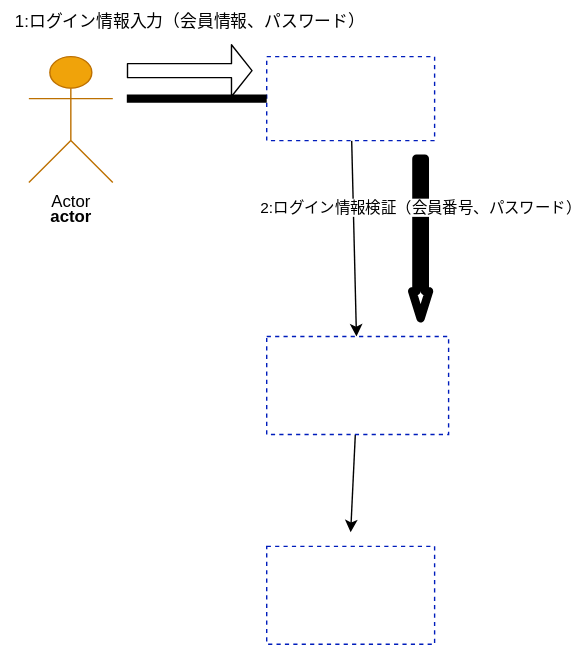
allface017/uml-introduction keeps this draw.io diagram as 図5-1 コミュニケーション図の例.drawio.svg. Above is the earlier version. Source tidied: cells renumbered, new cells last; positions are measured from the earlier drawing's top-left corner, leaving out a move shared by most shapes. Source of this version:
```xml
<mxGraphModel>
  <root>
    <mxCell id="0" />
    <mxCell id="1" parent="0" />
    <mxCell id="2" value="Actor" style="shape=umlActor;verticalLabelPosition=bottom;verticalAlign=top;html=1;fillColor=#f0a30a;fontColor=#000000;strokeColor=#BD7000;" parent="1" vertex="1">
      <mxGeometry x="20" y="40" width="60" height="90" as="geometry" />
    </mxCell>
    <mxCell id="3" style="edgeStyle=none;html=1;strokeColor=none;fillColor=#0050ef;" parent="1" edge="1" source="5">
      <mxGeometry relative="1" as="geometry">
        <mxPoint x="170" y="70" as="targetPoint" />
        <Array as="points">
          <mxPoint x="130" y="70" />
        </Array>
      </mxGeometry>
    </mxCell>
    <mxCell id="4" style="edgeStyle=none;html=1;startArrow=none;startFill=0;" parent="1" edge="1" source="5" target="8">
      <mxGeometry relative="1" as="geometry" />
    </mxCell>
    <mxCell id="5" value="&lt;br&gt;：ログイン画面" style="rounded=0;whiteSpace=wrap;html=1;dashed=1;strokeWidth=1;fillColor=default;fontColor=#ffffff;strokeColor=#001DBC;" parent="1" vertex="1">
      <mxGeometry x="190" y="40" width="120" height="60" as="geometry" />
    </mxCell>
    <mxCell id="6" value="actor&lt;br&gt;" style="text;html=1;align=center;verticalAlign=middle;strokeColor=none;fillColor=none;fontStyle=1;" parent="1" vertex="1">
      <mxGeometry x="25" y="140" width="50" height="30" as="geometry" />
    </mxCell>
    <mxCell id="7" style="edgeStyle=none;html=1;startArrow=none;startFill=0;" parent="1" edge="1" source="8">
      <mxGeometry relative="1" as="geometry">
        <mxPoint x="250" y="380" as="targetPoint" />
      </mxGeometry>
    </mxCell>
    <mxCell id="8" value="：ログインコントローラ" style="rounded=0;whiteSpace=wrap;html=1;dashed=1;strokeWidth=1;fillColor=default;fontColor=#ffffff;strokeColor=#001DBC;" parent="1" vertex="1">
      <mxGeometry x="190" y="240" width="130" height="70" as="geometry" />
    </mxCell>
    <mxCell id="9" value="：会員" style="rounded=0;whiteSpace=wrap;html=1;dashed=1;strokeWidth=1;fillColor=default;fontColor=#ffffff;strokeColor=#001DBC;fontStyle=1;" parent="1" vertex="1">
      <mxGeometry x="190" y="390" width="120" height="70" as="geometry" />
    </mxCell>
    <mxCell id="10" style="shape=flexArrow;endArrow=classic;html=1;fillColor=#FFFFFF;endWidth=26;endSize=4.56;" parent="1" edge="1">
      <mxGeometry relative="1" as="geometry">
        <mxPoint x="90" y="50" as="sourcePoint" />
        <mxPoint x="180" y="50" as="targetPoint" />
      </mxGeometry>
    </mxCell>
    <mxCell id="11" value="1:ログイン情報入力（会員情報、パスワード）" style="text;html=1;align=center;verticalAlign=middle;strokeColor=none;fillColor=none;" parent="1" vertex="1">
      <mxGeometry width="270" height="30" as="geometry" />
    </mxCell>
    <mxCell id="12" style="shape=flexArrow;endArrow=classic;html=1;fillColor=#FFFFFF;width=1;endSize=4.47;strokeWidth=6;endWidth=0;" parent="1" edge="1">
      <mxGeometry relative="1" as="geometry">
        <mxPoint x="300" y="110" as="sourcePoint" />
        <mxPoint x="300" y="230" as="targetPoint" />
      </mxGeometry>
    </mxCell>
    <mxCell id="13" value="2:ログイン情報検証（会員番号、パスワード）" style="edgeLabel;html=1;align=center;verticalAlign=middle;" parent="12" vertex="1">
      <mxGeometry x="0.57" y="-1" relative="1" as="geometry">
        <mxPoint y="-57" as="offset" />
      </mxGeometry>
    </mxCell>
    <mxCell id="14" style="endArrow=none;html=1;strokeWidth=6;fillColor=#FFFFFF;" parent="1" edge="1">
      <mxGeometry relative="1" as="geometry">
        <mxPoint x="90" y="70" as="sourcePoint" />
        <mxPoint x="190" y="70" as="targetPoint" />
      </mxGeometry>
    </mxCell>
  </root>
</mxGraphModel>
```
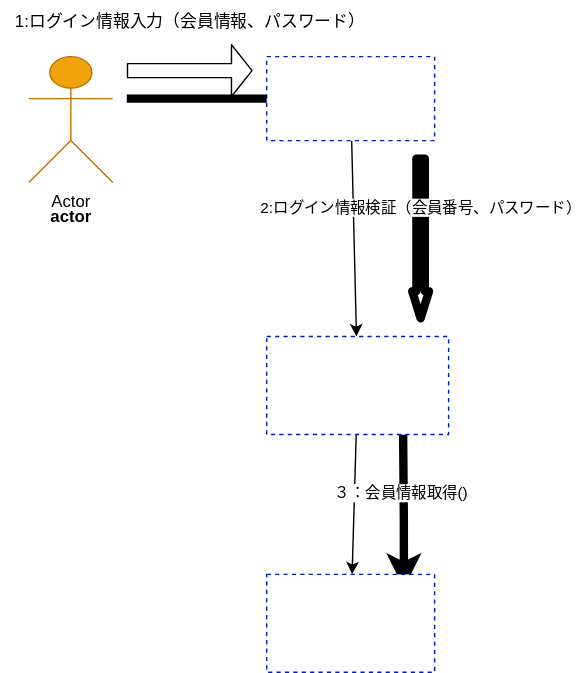
Above is the later version.

Change to the diagram source:
```diff
@@ -22,16 +22,26 @@
     <mxCell id="6" value="actor&lt;br&gt;" style="text;html=1;align=center;verticalAlign=middle;strokeColor=none;fillColor=none;fontStyle=1;" parent="1" vertex="1">
       <mxGeometry x="25" y="140" width="50" height="30" as="geometry" />
     </mxCell>
-    <mxCell id="7" style="edgeStyle=none;html=1;startArrow=none;startFill=0;" parent="1" edge="1" source="8">
-      <mxGeometry relative="1" as="geometry">
-        <mxPoint x="250" y="380" as="targetPoint" />
-      </mxGeometry>
+    <mxCell id="7" style="edgeStyle=none;html=1;startArrow=none;startFill=0;" parent="1" edge="1" source="8" target="9">
+      <mxGeometry relative="1" as="geometry" />
     </mxCell>
+    <mxCell id="15" style="edgeStyle=none;html=1;exitX=0.75;exitY=1;exitDx=0;exitDy=0;entryX=0.817;entryY=0.143;entryDx=0;entryDy=0;entryPerimeter=0;strokeWidth=6;startArrow=none;startFill=0;fillColor=#FFFFFF;strokeColor=default;rounded=0;endArrow=classic;endFill=1;" parent="1" edge="1" source="8" target="9">
+      <mxGeometry relative="1" as="geometry">
+        <Array as="points">
+          <mxPoint x="288" y="370" />
+        </Array>
+      </mxGeometry>
+    </mxCell>
+    <mxCell id="16" value="３：会員情報取得()" style="edgeLabel;html=1;align=center;verticalAlign=middle;" parent="15" vertex="1">
+      <mxGeometry x="-0.25" y="-3" relative="1" as="geometry">
+        <mxPoint x="1" as="offset" />
+      </mxGeometry>
+    </mxCell>
     <mxCell id="8" value="：ログインコントローラ" style="rounded=0;whiteSpace=wrap;html=1;dashed=1;strokeWidth=1;fillColor=default;fontColor=#ffffff;strokeColor=#001DBC;" parent="1" vertex="1">
       <mxGeometry x="190" y="240" width="130" height="70" as="geometry" />
     </mxCell>
     <mxCell id="9" value="：会員" style="rounded=0;whiteSpace=wrap;html=1;dashed=1;strokeWidth=1;fillColor=default;fontColor=#ffffff;strokeColor=#001DBC;fontStyle=1;" parent="1" vertex="1">
-      <mxGeometry x="190" y="390" width="120" height="70" as="geometry" />
+      <mxGeometry x="190" y="410" width="120" height="70" as="geometry" />
     </mxCell>
     <mxCell id="10" style="shape=flexArrow;endArrow=classic;html=1;fillColor=#FFFFFF;endWidth=26;endSize=4.56;" parent="1" edge="1">
       <mxGeometry relative="1" as="geometry">
```
